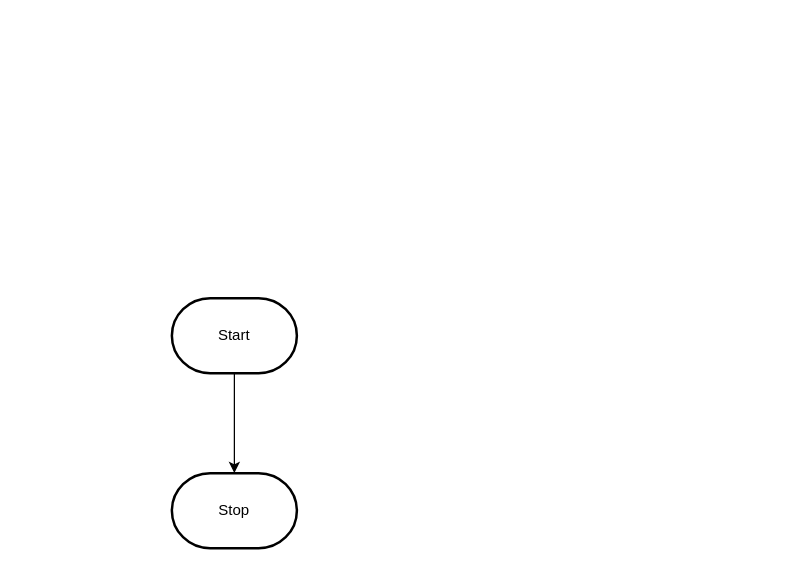
MTHS-ICS2O-2-2022/ICS2O-Assignment-04-william-simard keeps this draw.io diagram as design/flowchart.drawio. Above is the earlier version. Source tidied: cells renumbered, new cells numbered last; positions are measured from the earlier drawing's top-left corner, leaving out a move shared by most shapes. Both pictures are drawn from the tidied source at 125%, with x=0, y=0 at pixel (171, 298).
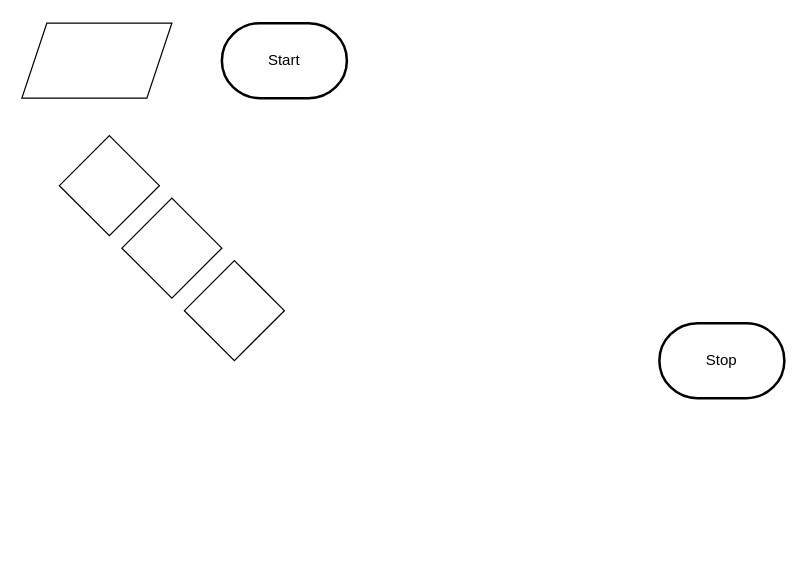
The same diagram, later.

What changed in the source:
```diff
@@
 <mxGraphModel>
   <root>
     <mxCell id="0" />
     <mxCell id="1" parent="0" />
-    <mxCell id="2" style="edgeStyle=orthogonalEdgeStyle;html=1;rounded=0;" parent="1" edge="1" source="3" target="4">
-      <mxGeometry relative="1" as="geometry" />
-    </mxCell>
     <mxCell id="3" value="Start" style="strokeWidth=2;html=1;shape=mxgraph.flowchart.terminator;whiteSpace=wrap;" parent="1" vertex="1">
-      <mxGeometry width="100" height="60" as="geometry" />
+      <mxGeometry x="40" y="-220" width="100" height="60" as="geometry" />
     </mxCell>
     <mxCell id="4" value="Stop" style="strokeWidth=2;html=1;shape=mxgraph.flowchart.terminator;whiteSpace=wrap;" parent="1" vertex="1">
-      <mxGeometry y="140" width="100" height="60" as="geometry" />
+      <mxGeometry x="390" y="20" width="100" height="60" as="geometry" />
     </mxCell>
+    <mxCell id="2" style="shape=parallelogram;perimeter=parallelogramPerimeter;whiteSpace=wrap;html=1;fixedSize=1;" parent="1" vertex="1">
+      <mxGeometry x="-120" y="-220" width="120" height="60" as="geometry" />
+    </mxCell>
+    <mxCell id="5" style="rhombus;whiteSpace=wrap;html=1;" parent="1" vertex="1">
+      <mxGeometry x="-90" y="-130" width="80" height="80" as="geometry" />
+    </mxCell>
+    <mxCell id="6" style="rhombus;whiteSpace=wrap;html=1;" parent="1" vertex="1">
+      <mxGeometry x="-40" y="-80" width="80" height="80" as="geometry" />
+    </mxCell>
+    <mxCell id="7" style="rhombus;whiteSpace=wrap;html=1;" parent="1" vertex="1">
+      <mxGeometry x="10" y="-30" width="80" height="80" as="geometry" />
+    </mxCell>
   </root>
 </mxGraphModel>
```
